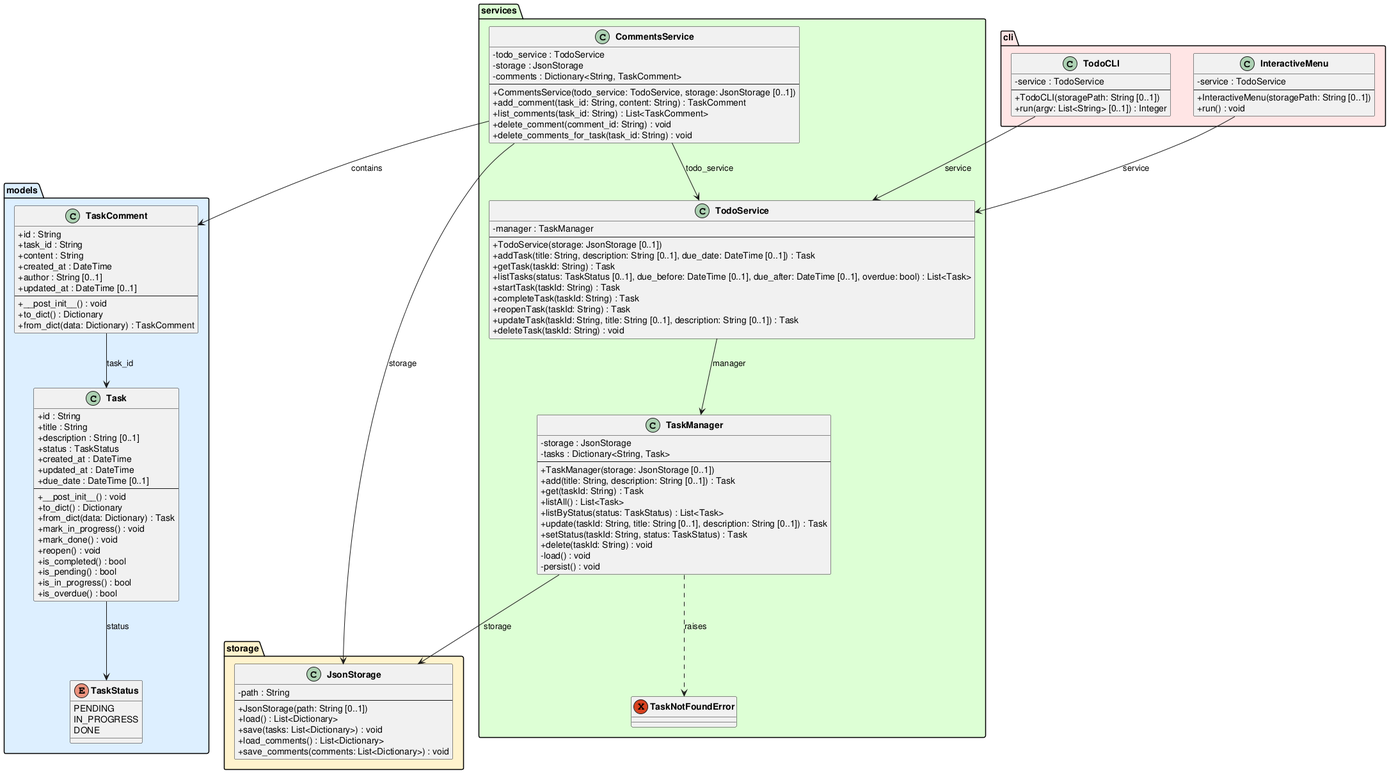
Earlier version of the PlantUML export experiments/pipeline/test_driven/TODO/artifacts/class_diagram.png (DanielRiha8906/Software_autoevolution_using_agents).
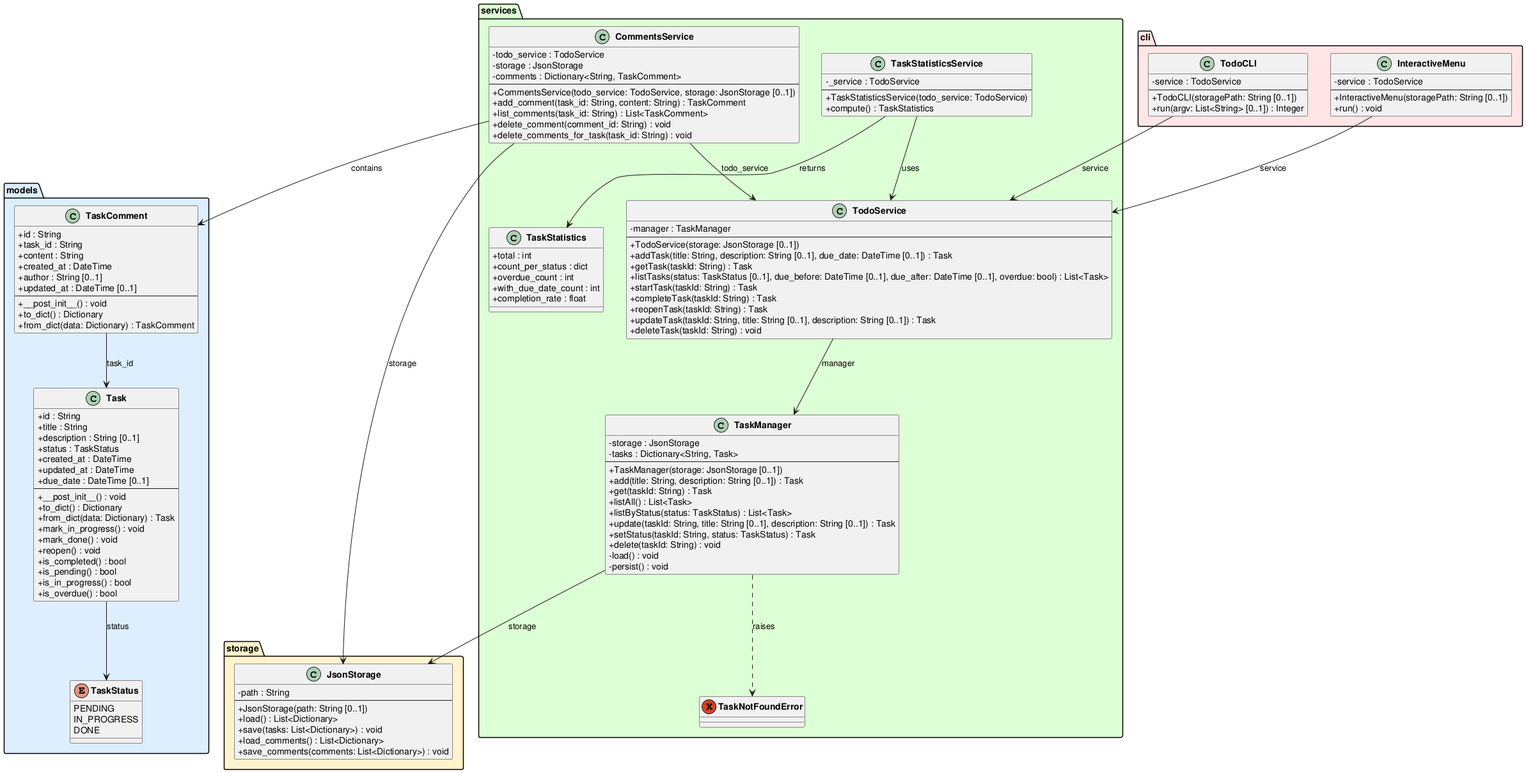
Later version of the same file.

The edit, as a diff of the source:
```diff
@@ -101,6 +101,21 @@
         +delete_comment(comment_id: String) : void
         +delete_comments_for_task(task_id: String) : void
     }
+
+    class TaskStatistics {
+        +total : int
+        +count_per_status : dict
+        +overdue_count : int
+        +with_due_date_count : int
+        +completion_rate : float
+    }
+
+    class TaskStatisticsService {
+        -_service : TodoService
+        --
+        +TaskStatisticsService(todo_service: TodoService)
+        +compute() : TaskStatistics
+    }
 }
 
 package "cli" #FFE5E5 {
@@ -127,6 +142,8 @@
 CommentsService --> TodoService : todo_service
 CommentsService --> JsonStorage : storage
 CommentsService --> TaskComment : contains
+TaskStatisticsService --> TodoService : uses
+TaskStatisticsService --> TaskStatistics : returns
 TodoCLI --> TodoService : service
 InteractiveMenu --> TodoService : service
 
```
